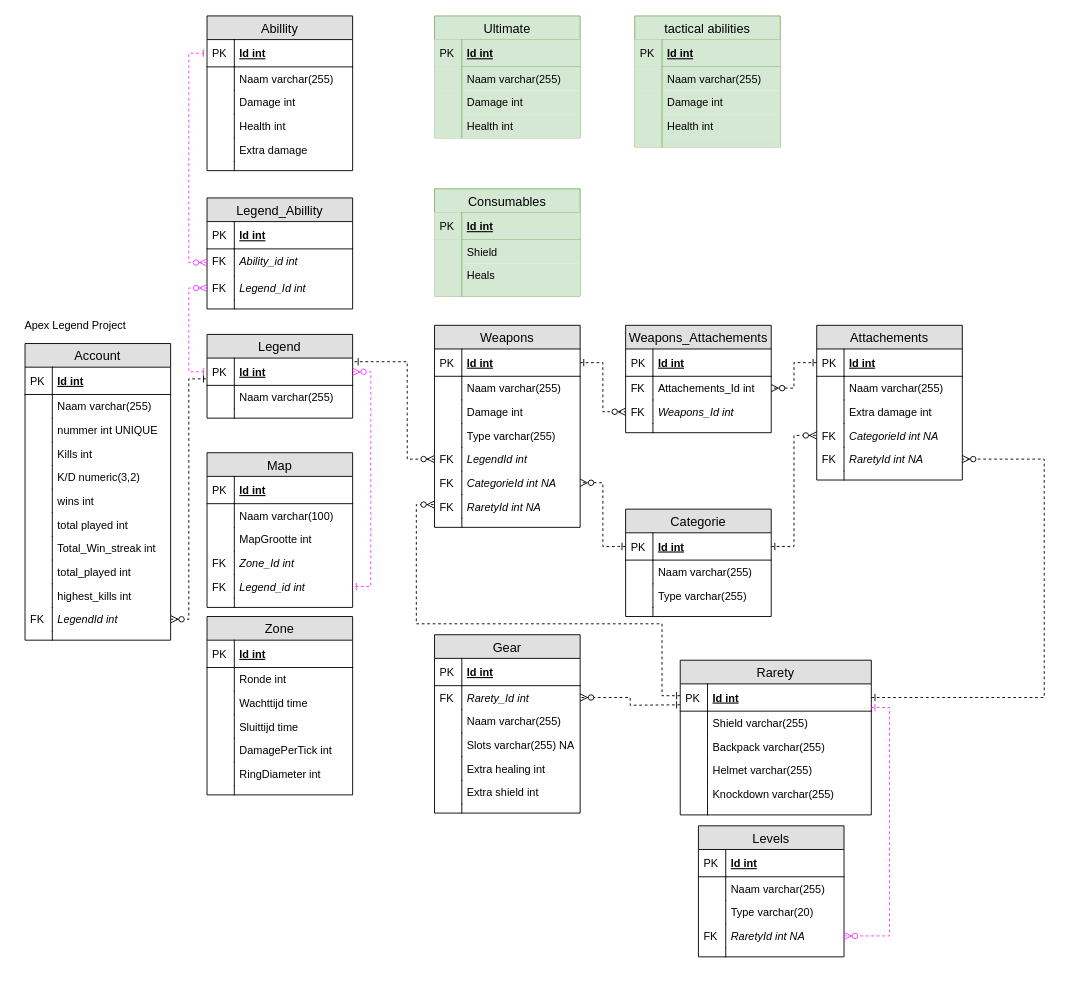
Earlier version of the draw.io diagram Project.drawio (donnie1998/thomasmore2019-2020). Source tidied: cells renumbered, new cells numbered last; positions are measured from the earlier drawing's top-left corner, leaving out a move shared by most shapes. Both pictures are drawn from the tidied source at 91%, with x=0, y=0 at pixel (15, 15).
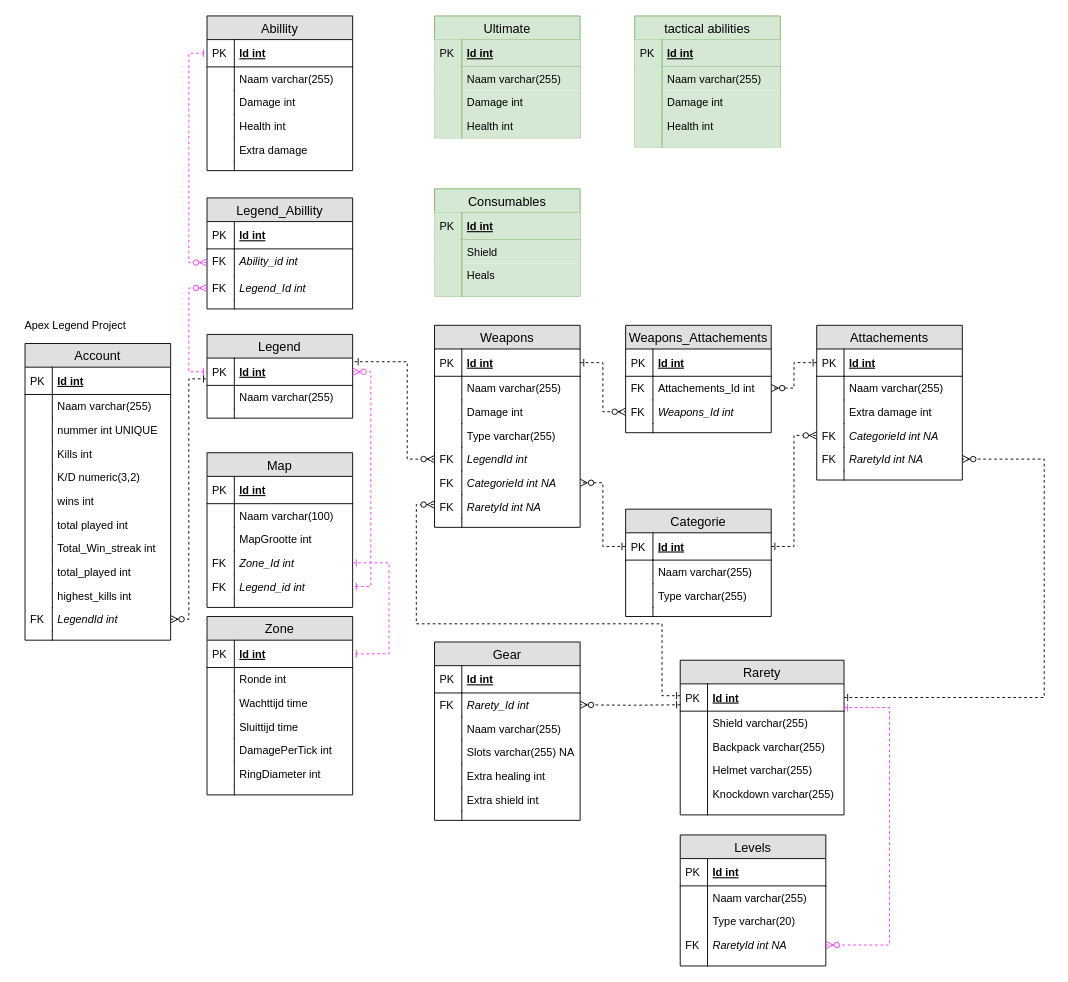
The same page after the edit.

The change refers to these unchanged cells:
```xml
<mxCell id="107" value="RaretyId int NA" style="shape=partialRectangle;top=0;left=0;right=0;bottom=0;align=left;verticalAlign=top;fillColor=none;spacingLeft=34;spacingRight=4;overflow=hidden;points=[[0,0.5],[1,0.5]];portConstraint=eastwest;fontSize=12;fontStyle=2;" parent="100" vertex="1">
  <mxGeometry y="108" width="160" height="26" as="geometry" />
</mxCell>
<mxCell id="162" value="Id int" style="shape=partialRectangle;top=0;left=0;right=0;bottom=1;align=left;verticalAlign=middle;fillColor=none;spacingLeft=34;spacingRight=4;overflow=hidden;points=[[0,0.5],[1,0.5]];portConstraint=eastwest;fontStyle=5;fontSize=12;" parent="161" vertex="1">
  <mxGeometry y="26" width="160" height="30" as="geometry" />
</mxCell>
<mxCell id="183" value="Zone_Id int" style="shape=partialRectangle;top=0;left=0;right=0;bottom=0;align=left;verticalAlign=top;fillColor=none;spacingLeft=34;spacingRight=4;overflow=hidden;points=[[0,0.5],[1,0.5]];portConstraint=eastwest;fontSize=12;fontStyle=2;" parent="176" vertex="1">
  <mxGeometry y="108" width="160" height="26" as="geometry" />
</mxCell>
```

What changed in the source:
```diff
@@
     <mxCell id="29" value="Rarety" style="swimlane;fontStyle=0;horizontal=1;startSize=26;fillColor=#e0e0e0;swimlaneFillColor=#ffffff;align=center;fontSize=14;" parent="1" vertex="1">
-      <mxGeometry x="730" y="708" width="210" height="170" as="geometry" />
+      <mxGeometry x="730" y="708" width="180" height="170" as="geometry" />
     </mxCell>
     <mxCell id="30" value="Id int " style="shape=partialRectangle;top=0;left=0;right=0;bottom=1;align=left;verticalAlign=middle;fillColor=none;spacingLeft=34;spacingRight=4;overflow=hidden;points=[[0,0.5],[1,0.5]];portConstraint=eastwest;fontStyle=5;fontSize=12;" parent="29" vertex="1">
-      <mxGeometry y="26" width="210" height="30" as="geometry" />
+      <mxGeometry y="26" width="180" height="30" as="geometry" />
     </mxCell>
@@
     <mxCell id="32" value="Shield varchar(255)" style="shape=partialRectangle;top=0;left=0;right=0;bottom=0;align=left;verticalAlign=top;fillColor=none;spacingLeft=34;spacingRight=4;overflow=hidden;fontSize=12;" parent="29" vertex="1">
-      <mxGeometry y="56" width="210" height="26" as="geometry" />
+      <mxGeometry y="56" width="180" height="26" as="geometry" />
     </mxCell>
@@
     <mxCell id="34" value="Backpack varchar(255)" style="shape=partialRectangle;top=0;left=0;right=0;bottom=0;align=left;verticalAlign=top;fillColor=none;spacingLeft=34;spacingRight=4;overflow=hidden;fontSize=12;" parent="29" vertex="1">
-      <mxGeometry y="82" width="210" height="26" as="geometry" />
+      <mxGeometry y="82" width="180" height="26" as="geometry" />
     </mxCell>
@@
     <mxCell id="36" value="Helmet varchar(255)" style="shape=partialRectangle;top=0;left=0;right=0;bottom=0;align=left;verticalAlign=top;fillColor=none;spacingLeft=34;spacingRight=4;overflow=hidden;fontSize=12;" parent="29" vertex="1">
-      <mxGeometry y="108" width="210" height="26" as="geometry" />
+      <mxGeometry y="108" width="180" height="26" as="geometry" />
     </mxCell>
@@
     <mxCell id="38" value="Knockdown varchar(255)" style="shape=partialRectangle;top=0;left=0;right=0;bottom=0;align=left;verticalAlign=top;fillColor=none;spacingLeft=34;spacingRight=4;overflow=hidden;fontSize=12;" parent="29" vertex="1">
-      <mxGeometry y="134" width="210" height="26" as="geometry" />
+      <mxGeometry y="134" width="180" height="26" as="geometry" />
     </mxCell>
@@
     <mxCell id="40" style="shape=partialRectangle;top=0;left=0;right=0;bottom=0;align=left;verticalAlign=top;fillColor=none;spacingLeft=34;spacingRight=4;overflow=hidden;fontSize=12;" parent="29" vertex="1">
-      <mxGeometry y="160" width="210" height="10" as="geometry" />
+      <mxGeometry y="160" width="180" height="10" as="geometry" />
     </mxCell>
@@
     <mxCell id="100" value="Levels" style="swimlane;fontStyle=0;horizontal=1;startSize=26;fillColor=#e0e0e0;swimlaneFillColor=#ffffff;align=center;fontSize=14;" parent="1" vertex="1">
-      <mxGeometry x="750" y="890" width="160" height="144" as="geometry" />
+      <mxGeometry x="730" y="900" width="160" height="144" as="geometry" />
     </mxCell>
@@
     <mxCell id="111" value="Gear" style="swimlane;fontStyle=0;horizontal=1;startSize=26;fillColor=#e0e0e0;swimlaneFillColor=#ffffff;align=center;fontSize=14;" parent="1" vertex="1">
-      <mxGeometry x="460" y="680" width="160" height="196" as="geometry" />
+      <mxGeometry x="460" y="688" width="160" height="196" as="geometry" />
     </mxCell>
@@
     <mxCell id="160" style="edgeStyle=orthogonalEdgeStyle;rounded=0;jettySize=auto;html=1;entryX=1;entryY=0.5;entryDx=0;entryDy=0;dashed=1;startArrow=ERone;startFill=0;endArrow=ERzeroToMany;endFill=1;strokeColor=#FF33FF;" parent="1" edge="1" source="30" target="107">
       <mxGeometry relative="1" as="geometry">
         <Array as="points">
           <mxPoint x="960" y="760" />
-          <mxPoint x="960" y="1011" />
+          <mxPoint x="960" y="1021" />
         </Array>
       </mxGeometry>
     </mxCell>
@@
+    <mxCell id="214" style="edgeStyle=orthogonalEdgeStyle;rounded=0;jettySize=auto;html=1;entryX=1;entryY=0.5;entryDx=0;entryDy=0;dashed=1;startArrow=ERone;startFill=0;endArrow=ERone;endFill=0;strokeColor=#FF33FF;" parent="1" edge="1" source="183" target="162">
+      <mxGeometry relative="1" as="geometry">
+        <Array as="points">
+          <mxPoint x="410" y="601" />
+          <mxPoint x="410" y="701" />
+        </Array>
+      </mxGeometry>
+    </mxCell>
```
